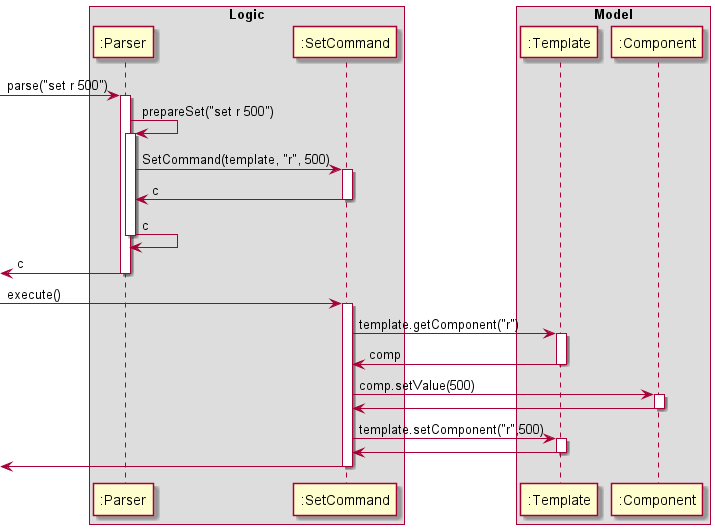
Before: docs/diagrams/SetSequenceDiagram.png, a diagram exported from PlantUML (sevenseasofbri/tp).
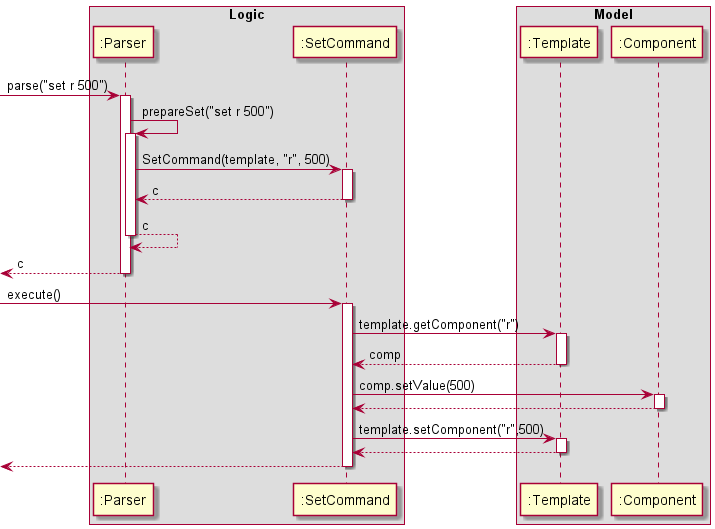
The same diagram one commit later.

What changed in the source:
```diff
@@ -20,13 +20,13 @@
 Parser -> SetCommand : SetCommand(template, "r", 500)
 activate SetCommand
 
-SetCommand -> Parser : c
+SetCommand --> Parser : c
 deactivate SetCommand
 
-Parser -> Parser : c
+Parser --> Parser : c
 deactivate Parser
 
-[<- Parser : c
+[<-- Parser : c
 deactivate Parser
 
 
@@ -36,22 +36,22 @@
 SetCommand -> Template : template.getComponent("r")
 activate Template
 
-Template -> SetCommand : comp
+Template --> SetCommand : comp
 deactivate Template
 
 SetCommand -> Component : comp.setValue(500)
 activate Component
 
-Component -> SetCommand
+Component --> SetCommand
 deactivate Component
 
 SetCommand -> Template : template.setComponent("r",500)
 activate Template
 
-Template -> SetCommand
+Template --> SetCommand
 deactivate Template
 
-[<- SetCommand
+[<-- SetCommand
 deactivate SetCommand
 
 
```
